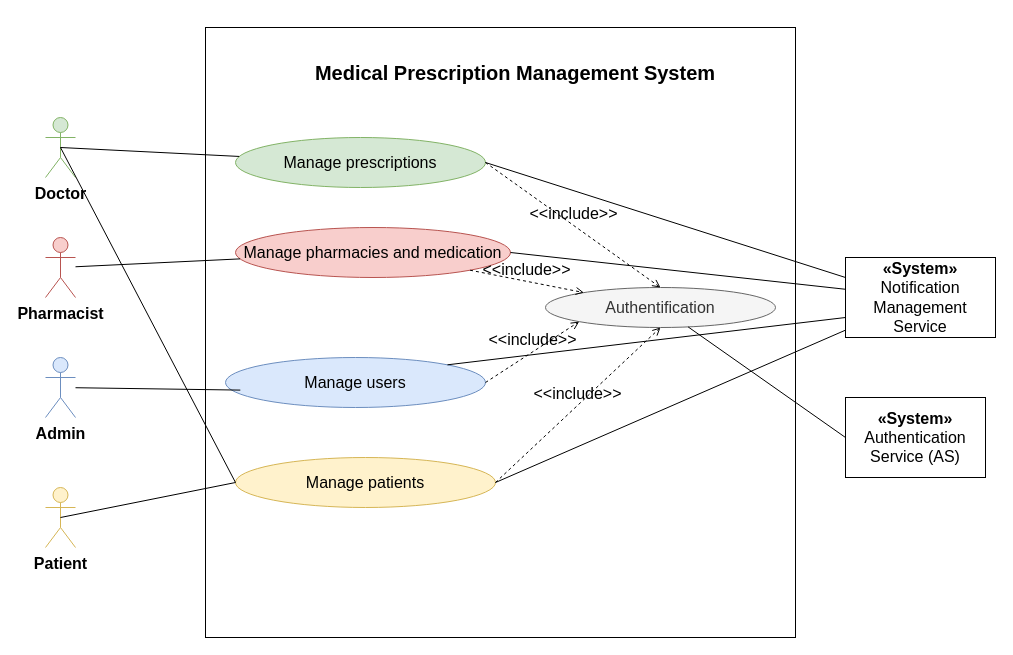
Above: Use case_diagram/Global useCase diagram.drawio in siwar630/Conception-pfe (draw.io), before the change. Source tidied: cells renumbered, new cells numbered last; positions are measured from the earlier drawing's top-left corner, leaving out a move shared by most shapes. Both pictures are drawn from the tidied source at 100%, with x=0, y=0 at pixel (45, 27).
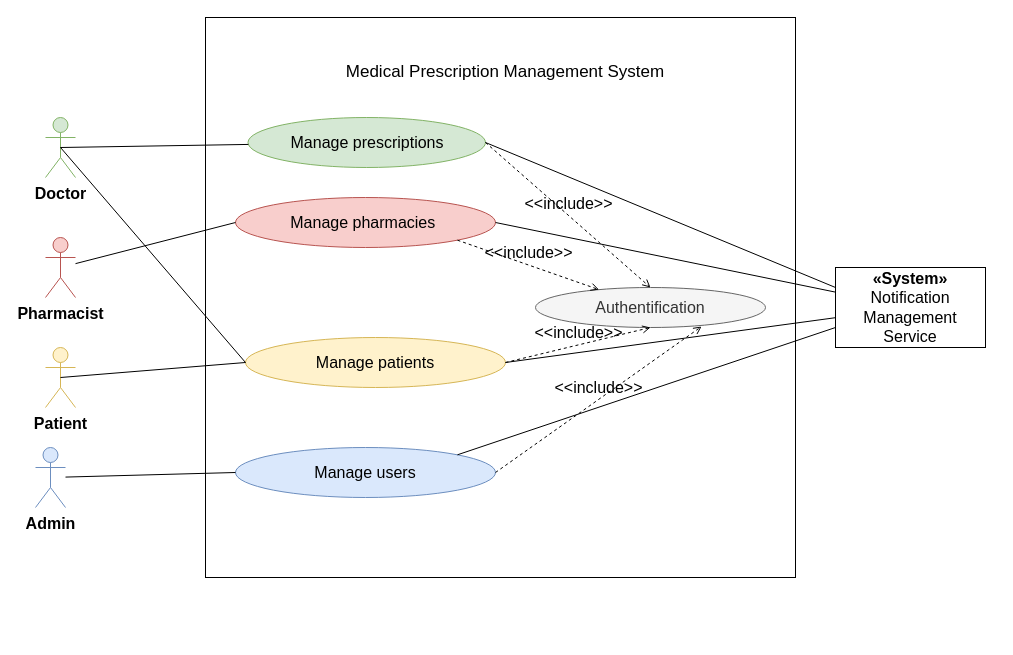
The same diagram, later.

Commit message:
Mettre à jour Global useCase diagram.drawio

The change refers to these unchanged cells:
```xml
<mxCell id="5" value="&lt;span style=&quot;text-align: left; text-wrap-mode: wrap;&quot;&gt;&lt;b&gt;Pharmacist&lt;/b&gt;&lt;/span&gt;" style="shape=umlActor;verticalLabelPosition=bottom;verticalAlign=top;html=1;outlineConnect=0;fillColor=#f8cecc;strokeColor=#b85450;fontSize=16;" parent="1" vertex="1">
  <mxGeometry y="210" width="30" height="60" as="geometry" />
</mxCell>
```

Change to the diagram source:
```diff
@@
     <mxCell id="2" style="html=1;whiteSpace=wrap;fontSize=16;" parent="1" vertex="1">
-      <mxGeometry x="160" width="590" height="610" as="geometry" />
+      <mxGeometry x="160" y="-10" width="590" height="560" as="geometry" />
     </mxCell>
-    <mxCell id="3" value="&lt;span style=&quot;text-align: left;&quot;&gt;&lt;font style=&quot;font-size: 20px;&quot;&gt;&lt;b&gt;Medical Prescription Management System&lt;/b&gt;&lt;/font&gt;&lt;/span&gt;" style="text;html=1;align=center;verticalAlign=middle;whiteSpace=wrap;rounded=0;fontSize=16;" parent="1" vertex="1">
-      <mxGeometry x="250" y="30" width="440" height="30" as="geometry" />
+    <mxCell id="3" value="&lt;span style=&quot;text-align: left;&quot;&gt;&lt;font&gt;&lt;span&gt;Medical Prescription Management System&lt;/span&gt;&lt;/font&gt;&lt;/span&gt;" style="text;html=1;align=center;verticalAlign=middle;whiteSpace=wrap;rounded=0;fontSize=17;fontStyle=0;" parent="1" vertex="1">
+      <mxGeometry x="240" y="30" width="440" height="30" as="geometry" />
     </mxCell>
@@
     <mxCell id="6" value="&lt;b&gt;Patient&lt;/b&gt;" style="shape=umlActor;verticalLabelPosition=bottom;verticalAlign=top;html=1;outlineConnect=0;fillColor=#fff2cc;strokeColor=#d6b656;fontSize=16;" parent="1" vertex="1">
-      <mxGeometry y="460" width="30" height="60" as="geometry" />
+      <mxGeometry y="320" width="30" height="60" as="geometry" />
     </mxCell>
     <mxCell id="7" value="&lt;b&gt;«System»&lt;br&gt;&lt;/b&gt;&lt;span style=&quot;text-align: left;&quot;&gt;Notification Management Service&lt;/span&gt;" style="html=1;whiteSpace=wrap;fontSize=16;" parent="1" vertex="1">
-      <mxGeometry x="800" y="230" width="150" height="80" as="geometry" />
+      <mxGeometry x="790" y="240" width="150" height="80" as="geometry" />
     </mxCell>
     <mxCell id="8" value="&lt;span style=&quot;text-align: left;&quot;&gt;Manage prescriptions&lt;/span&gt;" style="ellipse;whiteSpace=wrap;html=1;align=center;fillColor=#d5e8d4;strokeColor=#82b366;fontSize=16;" parent="1" vertex="1">
-      <mxGeometry x="190" y="110" width="250" height="50" as="geometry" />
+      <mxGeometry x="202.5" y="90" width="237.5" height="50" as="geometry" />
     </mxCell>
-    <mxCell id="9" value="&lt;span style=&quot;text-align: left;&quot;&gt;Manage pharmacies and medication&lt;/span&gt;" style="ellipse;whiteSpace=wrap;html=1;align=center;fillColor=#f8cecc;strokeColor=#b85450;fontSize=16;" parent="1" vertex="1">
-      <mxGeometry x="190" y="200" width="275" height="50" as="geometry" />
+    <mxCell id="9" value="&lt;span style=&quot;text-align: left;&quot;&gt;Manage pharmacies&amp;nbsp;&lt;/span&gt;" style="ellipse;whiteSpace=wrap;html=1;align=center;fillColor=#f8cecc;strokeColor=#b85450;fontSize=16;" parent="1" vertex="1">
+      <mxGeometry x="190" y="170" width="260" height="50" as="geometry" />
     </mxCell>
     <mxCell id="10" value="&lt;span style=&quot;text-align: left;&quot;&gt;Manage users&lt;/span&gt;" style="ellipse;whiteSpace=wrap;html=1;align=center;fillColor=#dae8fc;strokeColor=#6c8ebf;fontSize=16;" parent="1" vertex="1">
-      <mxGeometry x="180" y="330" width="260" height="50" as="geometry" />
+      <mxGeometry x="190" y="420" width="260" height="50" as="geometry" />
     </mxCell>
     <mxCell id="11" value="&lt;span style=&quot;text-align: left;&quot;&gt;Manage patients&lt;/span&gt;" style="ellipse;whiteSpace=wrap;html=1;align=center;fillColor=#fff2cc;strokeColor=#d6b656;fontSize=16;" parent="1" vertex="1">
-      <mxGeometry x="190" y="430" width="260" height="50" as="geometry" />
+      <mxGeometry x="200" y="310" width="260" height="50" as="geometry" />
     </mxCell>
     <mxCell id="12" value="&lt;span&gt;Authentification&lt;/span&gt;" style="ellipse;whiteSpace=wrap;html=1;align=center;fillColor=#f5f5f5;fontColor=#333333;strokeColor=#666666;fontSize=16;" parent="1" vertex="1">
-      <mxGeometry x="500" y="260" width="230" height="40" as="geometry" />
+      <mxGeometry x="490" y="260" width="230" height="40" as="geometry" />
     </mxCell>
-    <mxCell id="13" value="&lt;b&gt;«System»&lt;br&gt;&lt;/b&gt;&lt;span style=&quot;text-align: left;&quot;&gt;Authentication Service (AS)&lt;/span&gt;" style="html=1;whiteSpace=wrap;fontSize=16;" parent="1" vertex="1">
-      <mxGeometry x="800" y="370" width="140" height="80" as="geometry" />
-    </mxCell>
     <mxCell id="14" value="&lt;b&gt;Admin&lt;/b&gt;" style="shape=umlActor;verticalLabelPosition=bottom;verticalAlign=top;html=1;outlineConnect=0;fillColor=#dae8fc;strokeColor=#6c8ebf;fontSize=16;" parent="1" vertex="1">
-      <mxGeometry y="330" width="30" height="60" as="geometry" />
+      <mxGeometry x="-10" y="420" width="30" height="60" as="geometry" />
     </mxCell>
@@
-    <mxCell id="16" style="endArrow=none;html=1;rounded=0;fontSize=16;" parent="1" edge="1" source="5" target="9">
+    <mxCell id="16" style="endArrow=none;html=1;rounded=0;fontSize=16;entryX=0;entryY=0.5;entryDx=0;entryDy=0;" parent="1" edge="1" source="5" target="9">
       <mxGeometry relative="1" as="geometry" />
     </mxCell>
-    <mxCell id="17" style="endArrow=none;html=1;rounded=0;entryX=0.057;entryY=0.652;entryDx=0;entryDy=0;entryPerimeter=0;fontSize=16;" parent="1" edge="1" source="14" target="10">
+    <mxCell id="17" style="endArrow=none;html=1;rounded=0;entryX=0;entryY=0.5;entryDx=0;entryDy=0;fontSize=16;" parent="1" edge="1" source="14" target="10">
       <mxGeometry relative="1" as="geometry" />
     </mxCell>
@@
-    <mxCell id="22" value="&amp;lt;&amp;lt;include&amp;gt;&amp;gt;" style="edgeStyle=none;html=1;endArrow=open;verticalAlign=bottom;dashed=1;labelBackgroundColor=none;rounded=0;exitX=1;exitY=0.5;exitDx=0;exitDy=0;entryX=0;entryY=1;entryDx=0;entryDy=0;fontSize=16;" parent="1" edge="1" source="10" target="12">
+    <mxCell id="22" value="&amp;lt;&amp;lt;include&amp;gt;&amp;gt;" style="edgeStyle=none;html=1;endArrow=open;verticalAlign=bottom;dashed=1;labelBackgroundColor=none;rounded=0;exitX=1;exitY=0.5;exitDx=0;exitDy=0;entryX=0.722;entryY=0.975;entryDx=0;entryDy=0;fontSize=16;entryPerimeter=0;" parent="1" edge="1" source="10" target="12">
       <mxGeometry relative="1" as="geometry" />
     </mxCell>
@@
-    <mxCell id="24" style="edgeStyle=none;html=1;endArrow=none;verticalAlign=bottom;rounded=0;entryX=0;entryY=0.5;entryDx=0;entryDy=0;fontSize=16;" parent="1" edge="1" source="12" target="13">
-      <mxGeometry relative="1" as="geometry" />
-    </mxCell>
```
